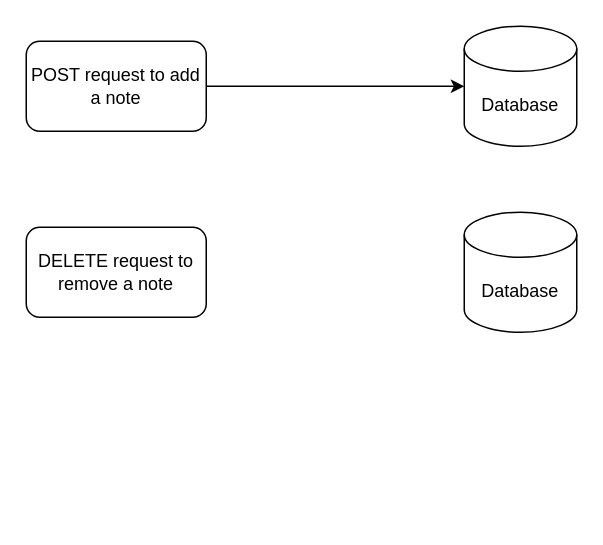
Above: project-manager.drawio in ervette/systemathic-design (draw.io), before the change. Source tidied: cells renumbered, new cells numbered last; positions are measured from the earlier drawing's top-left corner, leaving out a move shared by most shapes. Both pictures are drawn from the tidied source at 150%, with x=0, y=0 at pixel (26, 26).
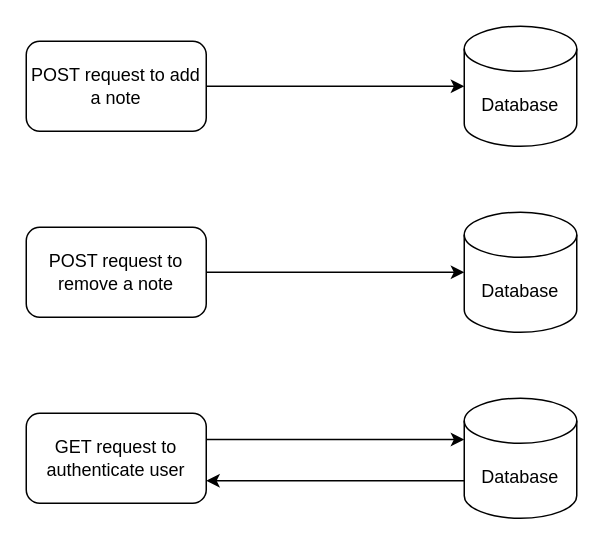
After the change.

Diff of the diagram source:
```diff
@@
 <mxGraphModel>
   <root>
     <mxCell id="0" />
     <mxCell id="1" parent="0" />
     <mxCell id="2" value="POST request to add a note" style="rounded=1;whiteSpace=wrap;html=1;" parent="1" vertex="1">
       <mxGeometry y="10" width="120" height="60" as="geometry" />
     </mxCell>
     <mxCell id="3" value="Database" style="shape=cylinder3;whiteSpace=wrap;html=1;boundedLbl=1;backgroundOutline=1;size=15;" parent="1" vertex="1">
       <mxGeometry x="292" width="75" height="80" as="geometry" />
     </mxCell>
     <mxCell id="4" style="edgeStyle=orthogonalEdgeStyle;rounded=0;jettySize=auto;html=1;entryX=0;entryY=0.5;entryDx=0;entryDy=0;entryPerimeter=0;" parent="1" edge="1" source="2" target="3">
       <mxGeometry relative="1" as="geometry" />
     </mxCell>
     <mxCell id="5" value="Database" style="shape=cylinder3;whiteSpace=wrap;html=1;boundedLbl=1;backgroundOutline=1;size=15;" parent="1" vertex="1">
       <mxGeometry x="292" y="124" width="75" height="80" as="geometry" />
     </mxCell>
-    <mxCell id="6" value="DELETE request to remove a note" style="rounded=1;whiteSpace=wrap;html=1;" parent="1" vertex="1">
+    <mxCell id="6" value="POST request to remove a note" style="rounded=1;whiteSpace=wrap;html=1;" parent="1" vertex="1">
       <mxGeometry y="134" width="120" height="60" as="geometry" />
     </mxCell>
+    <mxCell id="7" value="GET request to authenticate user" style="rounded=1;whiteSpace=wrap;html=1;" parent="1" vertex="1">
+      <mxGeometry y="258" width="120" height="60" as="geometry" />
+    </mxCell>
+    <mxCell id="8" style="edgeStyle=orthogonalEdgeStyle;rounded=0;jettySize=auto;html=1;entryX=1;entryY=0.75;entryDx=0;entryDy=0;" parent="1" edge="1" source="9" target="7">
+      <mxGeometry relative="1" as="geometry">
+        <Array as="points">
+          <mxPoint x="250" y="303" />
+          <mxPoint x="250" y="303" />
+        </Array>
+      </mxGeometry>
+    </mxCell>
+    <mxCell id="9" value="Database" style="shape=cylinder3;whiteSpace=wrap;html=1;boundedLbl=1;backgroundOutline=1;size=15;" parent="1" vertex="1">
+      <mxGeometry x="292" y="248" width="75" height="80" as="geometry" />
+    </mxCell>
+    <mxCell id="10" style="edgeStyle=orthogonalEdgeStyle;rounded=0;jettySize=auto;html=1;entryX=0;entryY=0;entryDx=0;entryDy=27.5;entryPerimeter=0;" parent="1" edge="1" source="7" target="9">
+      <mxGeometry relative="1" as="geometry">
+        <Array as="points">
+          <mxPoint x="206" y="276" />
+        </Array>
+      </mxGeometry>
+    </mxCell>
+    <mxCell id="11" style="edgeStyle=orthogonalEdgeStyle;rounded=0;jettySize=auto;html=1;entryX=0;entryY=0.5;entryDx=0;entryDy=0;entryPerimeter=0;" parent="1" edge="1" source="6" target="5">
+      <mxGeometry relative="1" as="geometry" />
+    </mxCell>
   </root>
 </mxGraphModel>
```
